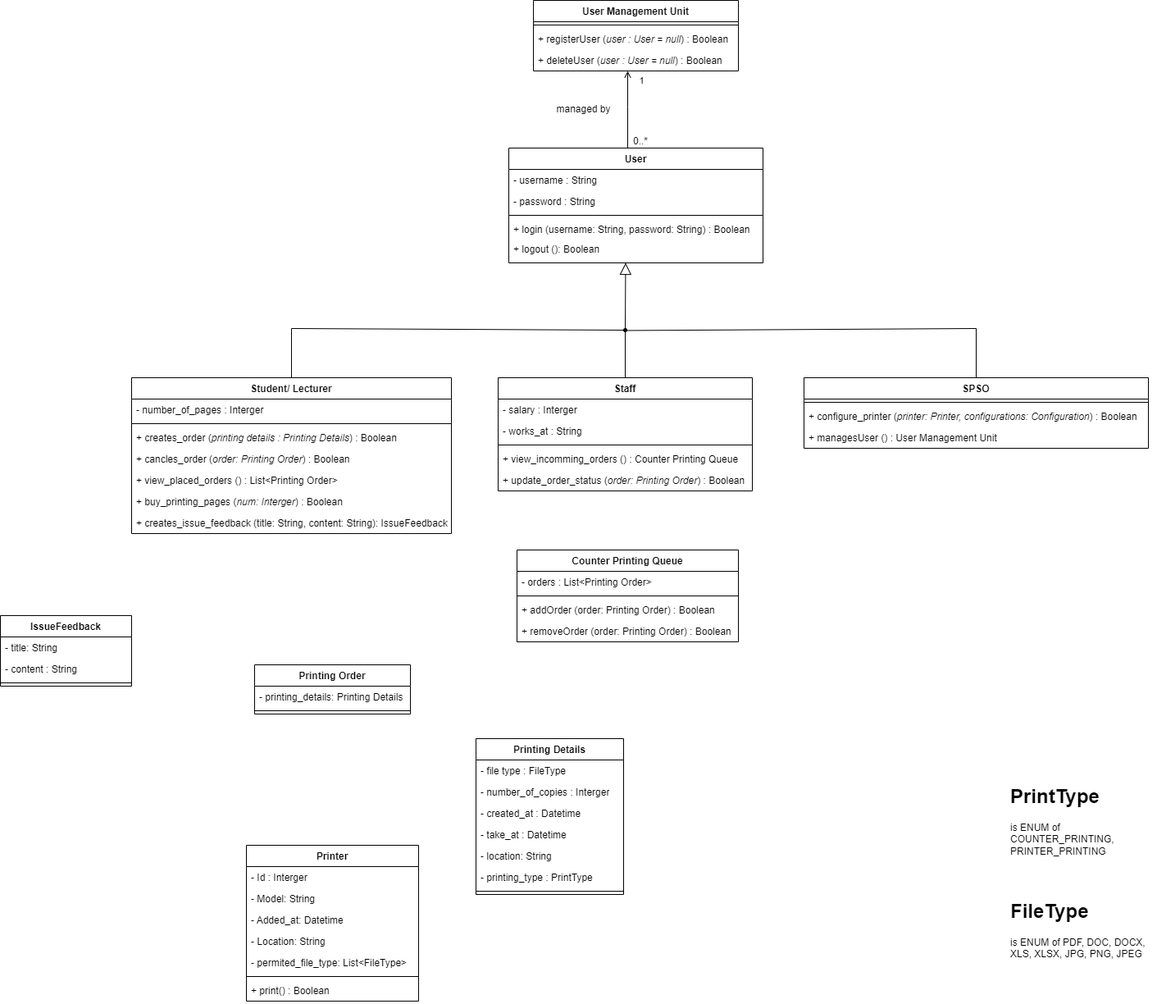
blueonline07/auth-demo keeps this draw.io diagram as spss-class-diagram.drawio.png. Above is the earlier version. Source tidied: cells renumbered, new cells last; positions are measured from the earlier drawing's top-left corner, leaving out a move shared by most shapes.
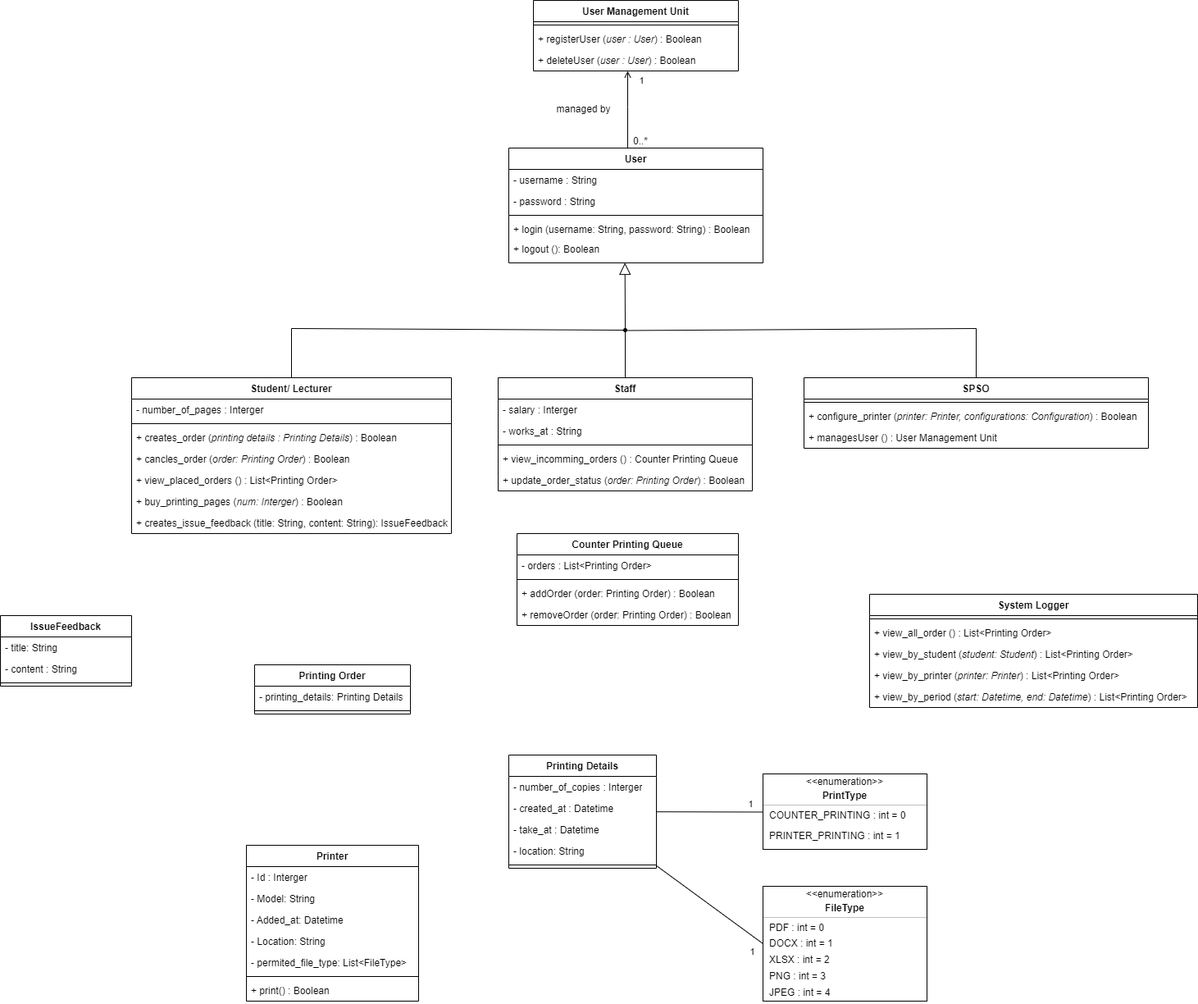
After the change.

Commit message:
Cập nhật spss-class-diagram.drawio.png

The edit, as a diff of the source:
```diff
@@ -136,35 +136,29 @@
     <mxCell id="42" style="line;strokeWidth=1;fillColor=none;align=left;verticalAlign=middle;spacingTop=-1;spacingLeft=3;spacingRight=3;labelPosition=right;strokeColor=inherit;" parent="41" vertex="1">
       <mxGeometry y="26" width="250" height="8" as="geometry" />
     </mxCell>
-    <mxCell id="43" value="+ registerUser (&lt;i&gt;user : User = null&lt;/i&gt;) : Boolean" style="text;strokeColor=none;fillColor=none;align=left;verticalAlign=top;spacingLeft=4;spacingRight=4;overflow=hidden;whiteSpace=wrap;html=1;" parent="41" vertex="1">
+    <mxCell id="43" value="+ registerUser (&lt;i&gt;user : User&lt;/i&gt;) : Boolean" style="text;strokeColor=none;fillColor=none;align=left;verticalAlign=top;spacingLeft=4;spacingRight=4;overflow=hidden;whiteSpace=wrap;html=1;" parent="41" vertex="1">
       <mxGeometry y="34" width="250" height="26" as="geometry" />
     </mxCell>
-    <mxCell id="44" value="+ deleteUser (&lt;i&gt;user : User = null&lt;/i&gt;) : Boolean" style="text;strokeColor=none;fillColor=none;align=left;verticalAlign=top;spacingLeft=4;spacingRight=4;overflow=hidden;whiteSpace=wrap;html=1;" parent="41" vertex="1">
+    <mxCell id="44" value="+ deleteUser (&lt;i&gt;user : User&lt;/i&gt;) : Boolean" style="text;strokeColor=none;fillColor=none;align=left;verticalAlign=top;spacingLeft=4;spacingRight=4;overflow=hidden;whiteSpace=wrap;html=1;" parent="41" vertex="1">
       <mxGeometry y="60" width="250" height="26" as="geometry" />
     </mxCell>
     <mxCell id="45" value="Printing Details" style="swimlane;fontStyle=1;align=center;verticalAlign=top;horizontal=1;startSize=26;whiteSpace=wrap;html=1;" parent="1" vertex="1">
-      <mxGeometry x="580" y="900" width="180" height="190" as="geometry" />
+      <mxGeometry x="620" y="920" width="180" height="138" as="geometry" />
     </mxCell>
-    <mxCell id="46" value="- file type : FileType" style="text;strokeColor=none;fillColor=none;align=left;verticalAlign=top;spacingLeft=4;spacingRight=4;overflow=hidden;whiteSpace=wrap;html=1;" parent="45" vertex="1">
-      <mxGeometry y="26" width="180" height="26" as="geometry" />
-    </mxCell>
     <mxCell id="47" value="- number_of_copies : Interger" style="text;strokeColor=none;fillColor=none;align=left;verticalAlign=top;spacingLeft=4;spacingRight=4;overflow=hidden;whiteSpace=wrap;html=1;" parent="45" vertex="1">
-      <mxGeometry y="52" width="180" height="26" as="geometry" />
+      <mxGeometry y="26" width="180" height="26" as="geometry" />
     </mxCell>
     <mxCell id="48" value="- created_at : Datetime" style="text;strokeColor=none;fillColor=none;align=left;verticalAlign=top;spacingLeft=4;spacingRight=4;overflow=hidden;whiteSpace=wrap;html=1;" parent="45" vertex="1">
-      <mxGeometry y="78" width="180" height="26" as="geometry" />
+      <mxGeometry y="52" width="180" height="26" as="geometry" />
     </mxCell>
     <mxCell id="49" value="- take_at : Datetime" style="text;strokeColor=none;fillColor=none;align=left;verticalAlign=top;spacingLeft=4;spacingRight=4;overflow=hidden;whiteSpace=wrap;html=1;" parent="45" vertex="1">
-      <mxGeometry y="104" width="180" height="26" as="geometry" />
+      <mxGeometry y="78" width="180" height="26" as="geometry" />
     </mxCell>
     <mxCell id="50" value="- location: String" style="text;strokeColor=none;fillColor=none;align=left;verticalAlign=top;spacingLeft=4;spacingRight=4;overflow=hidden;whiteSpace=wrap;html=1;" parent="45" vertex="1">
-      <mxGeometry y="130" width="180" height="26" as="geometry" />
+      <mxGeometry y="104" width="180" height="26" as="geometry" />
     </mxCell>
-    <mxCell id="51" value="- printing_type : PrintType" style="text;strokeColor=none;fillColor=none;align=left;verticalAlign=top;spacingLeft=4;spacingRight=4;overflow=hidden;whiteSpace=wrap;html=1;" parent="45" vertex="1">
-      <mxGeometry y="156" width="180" height="26" as="geometry" />
-    </mxCell>
     <mxCell id="52" style="line;strokeWidth=1;fillColor=none;align=left;verticalAlign=middle;spacingTop=-1;spacingLeft=3;spacingRight=3;labelPosition=right;strokeColor=inherit;" parent="45" vertex="1">
-      <mxGeometry y="182" width="180" height="8" as="geometry" />
+      <mxGeometry y="130" width="180" height="8" as="geometry" />
     </mxCell>
     <mxCell id="53" style="edgeStyle=elbowEdgeStyle;html=1;endSize=12;endArrow=block;endFill=0;elbow=horizontal;rounded=0;labelBackgroundColor=default;fontFamily=Helvetica;fontSize=11;fontColor=default;shape=connector;exitX=0.5;exitY=0;exitDx=0;exitDy=0;" parent="1" edge="1" source="54" target="2">
       <mxGeometry x="1" relative="1" as="geometry" />
@@ -202,7 +196,7 @@
       <mxGeometry y="78" width="160" height="8" as="geometry" />
     </mxCell>
     <mxCell id="62" value="Counter Printing Queue" style="swimlane;fontStyle=1;align=center;verticalAlign=top;horizontal=1;startSize=26;whiteSpace=wrap;html=1;" parent="1" vertex="1">
-      <mxGeometry x="630" y="670" width="270" height="112" as="geometry" />
+      <mxGeometry x="630" y="650" width="270" height="112" as="geometry" />
     </mxCell>
     <mxCell id="63" value="- orders : List&amp;lt;Printing Order&amp;gt;" style="text;strokeColor=none;fillColor=none;align=left;verticalAlign=top;spacingLeft=4;spacingRight=4;overflow=hidden;whiteSpace=wrap;html=1;" parent="62" vertex="1">
       <mxGeometry y="26" width="270" height="26" as="geometry" />
@@ -216,11 +210,84 @@
     <mxCell id="66" value="+ removeOrder (order: Printing Order) : Boolean" style="text;strokeColor=none;fillColor=none;align=left;verticalAlign=top;spacingLeft=4;spacingRight=4;overflow=hidden;whiteSpace=wrap;html=1;" parent="62" vertex="1">
       <mxGeometry y="86" width="270" height="26" as="geometry" />
     </mxCell>
-    <mxCell id="67" value="&lt;h1 style=&quot;margin-top: 0px;&quot;&gt;PrintType&lt;/h1&gt;&lt;div&gt;is ENUM of COUNTER_PRINTING,&lt;/div&gt;&lt;div&gt;PRINTER_PRINTING&lt;/div&gt;" style="text;html=1;whiteSpace=wrap;overflow=hidden;rounded=0;" parent="1" vertex="1">
-      <mxGeometry x="1230" y="950" width="180" height="120" as="geometry" />
-    </mxCell>
-    <mxCell id="68" value="&lt;h1 style=&quot;margin-top: 0px;&quot;&gt;FileType&lt;/h1&gt;&lt;div&gt;is ENUM of PDF, DOC, DOCX, XLS, XLSX, JPG, PNG, JPEG&lt;/div&gt;" style="text;html=1;whiteSpace=wrap;overflow=hidden;rounded=0;" parent="1" vertex="1">
-      <mxGeometry x="1230" y="1090" width="180" height="120" as="geometry" />
-    </mxCell>
+    <mxCell id="69" value="System Logger" style="swimlane;fontStyle=1;align=center;verticalAlign=top;horizontal=1;startSize=26;whiteSpace=wrap;html=1;" parent="1" vertex="1">
+      <mxGeometry x="1060" y="724" width="400" height="138" as="geometry" />
+    </mxCell>
+    <mxCell id="70" style="line;strokeWidth=1;fillColor=none;align=left;verticalAlign=middle;spacingTop=-1;spacingLeft=3;spacingRight=3;labelPosition=right;strokeColor=inherit;" parent="69" vertex="1">
+      <mxGeometry y="26" width="400" height="8" as="geometry" />
+    </mxCell>
+    <mxCell id="71" value="+ view_all_order () : List&amp;lt;Printing Order&amp;gt;" style="text;strokeColor=none;fillColor=none;align=left;verticalAlign=top;spacingLeft=4;spacingRight=4;overflow=hidden;whiteSpace=wrap;html=1;" parent="69" vertex="1">
+      <mxGeometry y="34" width="400" height="26" as="geometry" />
+    </mxCell>
+    <mxCell id="72" value="+ view_by_student (&lt;i&gt;student: Student&lt;/i&gt;) : List&amp;lt;Printing Order&amp;gt;" style="text;strokeColor=none;fillColor=none;align=left;verticalAlign=top;spacingLeft=4;spacingRight=4;overflow=hidden;whiteSpace=wrap;html=1;" parent="69" vertex="1">
+      <mxGeometry y="60" width="400" height="26" as="geometry" />
+    </mxCell>
+    <mxCell id="73" value="+ view_by_printer (&lt;i&gt;printer: Printer&lt;/i&gt;) : List&amp;lt;Printing Order&amp;gt;" style="text;strokeColor=none;fillColor=none;align=left;verticalAlign=top;spacingLeft=4;spacingRight=4;overflow=hidden;whiteSpace=wrap;html=1;" parent="69" vertex="1">
+      <mxGeometry y="86" width="400" height="26" as="geometry" />
+    </mxCell>
+    <mxCell id="74" value="+ view_by_period (&lt;i&gt;start: Datetime, end: Datetime&lt;/i&gt;) : List&amp;lt;Printing Order&amp;gt;" style="text;strokeColor=none;fillColor=none;align=left;verticalAlign=top;spacingLeft=4;spacingRight=4;overflow=hidden;whiteSpace=wrap;html=1;" parent="69" vertex="1">
+      <mxGeometry y="112" width="400" height="26" as="geometry" />
+    </mxCell>
+    <mxCell id="75" style="fontStyle=1;align=center;verticalAlign=middle;horizontal=1;" parent="1" vertex="1">
+      <mxGeometry x="930" y="943" width="200" height="92" as="geometry" />
+    </mxCell>
+    <mxCell id="76" value="&amp;lt;&amp;lt;enumeration&amp;gt;&amp;gt;" style="html=1;align=center;spacing=0;verticalAlign=middle;strokeColor=none;fillColor=none;whiteSpace=wrap;" parent="75" vertex="1">
+      <mxGeometry width="200" height="20" as="geometry" />
+    </mxCell>
+    <mxCell id="77" value="PrintType" style="html=1;align=center;spacing=0;verticalAlign=middle;strokeColor=none;fillColor=none;whiteSpace=wrap;fontStyle=1;" parent="75" vertex="1">
+      <mxGeometry y="20" width="200" height="14" as="geometry" />
+    </mxCell>
+    <mxCell id="78" style="line;strokeWidth=0.25;fillColor=none;align=left;verticalAlign=middle;spacingTop=-1;spacingLeft=3;spacingRight=3;labelPosition=right;" parent="75" vertex="1">
+      <mxGeometry y="34" width="200" height="8" as="geometry" />
+    </mxCell>
+    <mxCell id="79" value="COUNTER_PRINTING : int = 0" style="html=1;align=left;spacing=0;spacingLeft=8;verticalAlign=middle;strokeColor=none;fillColor=none;whiteSpace=wrap;" parent="75" vertex="1">
+      <mxGeometry y="42" width="200" height="18" as="geometry" />
+    </mxCell>
+    <mxCell id="80" value="PRINTER_PRINTING : int = 1" style="html=1;align=left;spacing=0;spacingLeft=8;verticalAlign=middle;strokeColor=none;fillColor=none;whiteSpace=wrap;" parent="75" vertex="1">
+      <mxGeometry y="60" width="200" height="32" as="geometry" />
+    </mxCell>
+    <mxCell id="81" style="fontStyle=1;align=center;verticalAlign=middle;horizontal=1;" parent="1" vertex="1">
+      <mxGeometry x="930" y="1080" width="200" height="140" as="geometry" />
+    </mxCell>
+    <mxCell id="82" value="&amp;lt;&amp;lt;enumeration&amp;gt;&amp;gt;" style="html=1;align=center;spacing=0;verticalAlign=middle;strokeColor=none;fillColor=none;whiteSpace=wrap;" parent="81" vertex="1">
+      <mxGeometry width="200" height="20" as="geometry" />
+    </mxCell>
+    <mxCell id="83" value="FileType" style="html=1;align=center;spacing=0;verticalAlign=middle;strokeColor=none;fillColor=none;whiteSpace=wrap;fontStyle=1;" parent="81" vertex="1">
+      <mxGeometry y="20" width="200" height="14" as="geometry" />
+    </mxCell>
+    <mxCell id="84" style="line;strokeWidth=0.25;fillColor=none;align=left;verticalAlign=middle;spacingTop=-1;spacingLeft=3;spacingRight=3;labelPosition=right;" parent="81" vertex="1">
+      <mxGeometry y="34" width="200" height="8" as="geometry" />
+    </mxCell>
+    <mxCell id="85" value="PDF : int = 0" style="html=1;align=left;spacing=0;spacingLeft=8;verticalAlign=middle;strokeColor=none;fillColor=none;whiteSpace=wrap;" parent="81" vertex="1">
+      <mxGeometry y="42" width="200" height="18" as="geometry" />
+    </mxCell>
+    <mxCell id="86" value="DOCX : int = 1" style="html=1;align=left;spacing=0;spacingLeft=8;verticalAlign=middle;strokeColor=none;fillColor=none;whiteSpace=wrap;" parent="81" vertex="1">
+      <mxGeometry y="60" width="200" height="20" as="geometry" />
+    </mxCell>
+    <mxCell id="87" value="XLSX : int = 2" style="html=1;align=left;spacing=0;spacingLeft=8;verticalAlign=middle;strokeColor=none;fillColor=none;whiteSpace=wrap;" parent="81" vertex="1">
+      <mxGeometry y="80" width="200" height="20" as="geometry" />
+    </mxCell>
+    <mxCell id="88" value="PNG : int = 3" style="html=1;align=left;spacing=0;spacingLeft=8;verticalAlign=middle;strokeColor=none;fillColor=none;whiteSpace=wrap;" parent="81" vertex="1">
+      <mxGeometry y="100" width="200" height="20" as="geometry" />
+    </mxCell>
+    <mxCell id="89" value="JPEG : int = 4" style="html=1;align=left;spacing=0;spacingLeft=8;verticalAlign=middle;strokeColor=none;fillColor=none;whiteSpace=wrap;" parent="81" vertex="1">
+      <mxGeometry y="120" width="200" height="20" as="geometry" />
+    </mxCell>
+    <mxCell id="90" style="endArrow=none;html=1;rounded=0;entryX=0;entryY=0.5;entryDx=0;entryDy=0;" parent="1" edge="1" source="45" target="86">
+      <mxGeometry relative="1" as="geometry" />
+    </mxCell>
+    <mxCell id="91" value="1" style="edgeLabel;html=1;align=center;verticalAlign=middle;" parent="90" vertex="1">
+      <mxGeometry x="0.45" y="1" relative="1" as="geometry">
+        <mxPoint x="22" y="37" as="offset" />
+      </mxGeometry>
+    </mxCell>
+    <mxCell id="92" style="endArrow=none;html=1;rounded=0;entryX=0;entryY=0.25;entryDx=0;entryDy=0;" parent="1" edge="1" source="45" target="79">
+      <mxGeometry relative="1" as="geometry" />
+    </mxCell>
+    <mxCell id="93" value="1" style="edgeLabel;html=1;align=center;verticalAlign=middle;" parent="92" vertex="1">
+      <mxGeometry x="0.43" y="2" relative="1" as="geometry">
+        <mxPoint x="21" y="-8" as="offset" />
+      </mxGeometry>
+    </mxCell>
   </root>
 </mxGraphModel>
```
